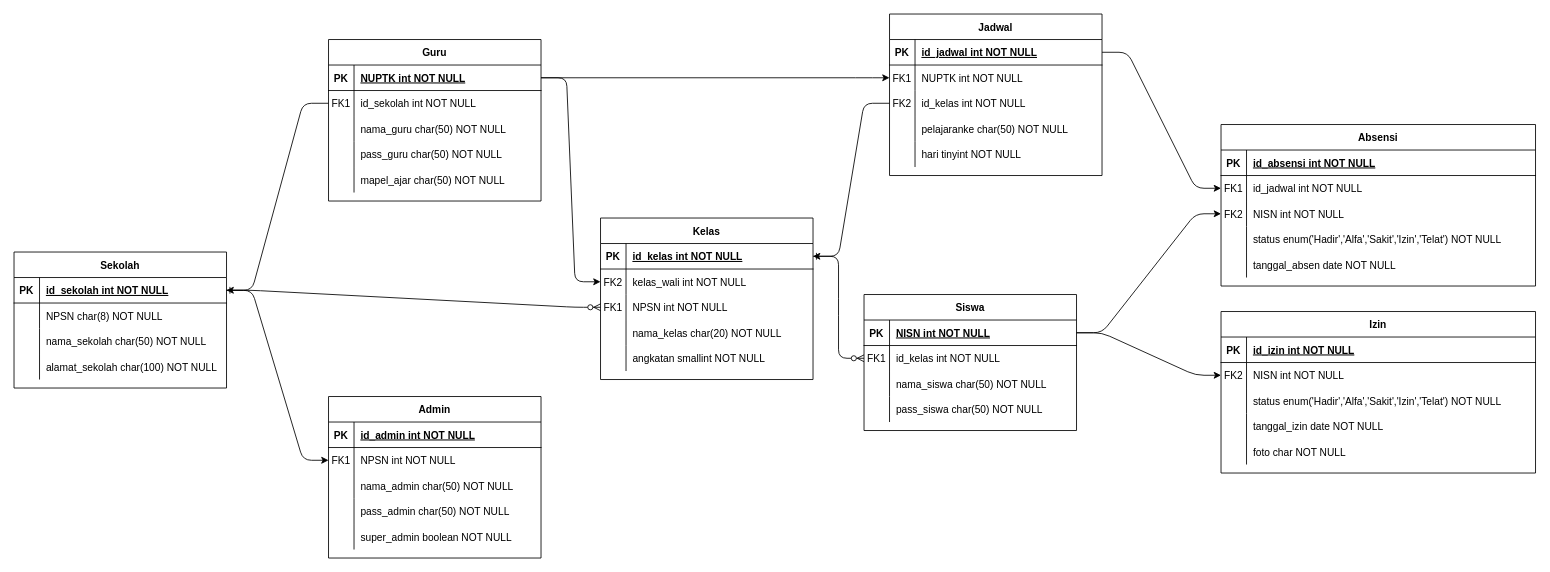
Sacrit38/CPP-Ponggame keeps this draw.io diagram as ERDAbsensi.drawio. Above is the earlier version. Source tidied: cells renumbered, new cells numbered last; positions are measured from the earlier drawing's top-left corner, leaving out a move shared by most shapes. Both pictures are drawn from the tidied source at 85%, with x=0, y=0 at pixel (14, 14).
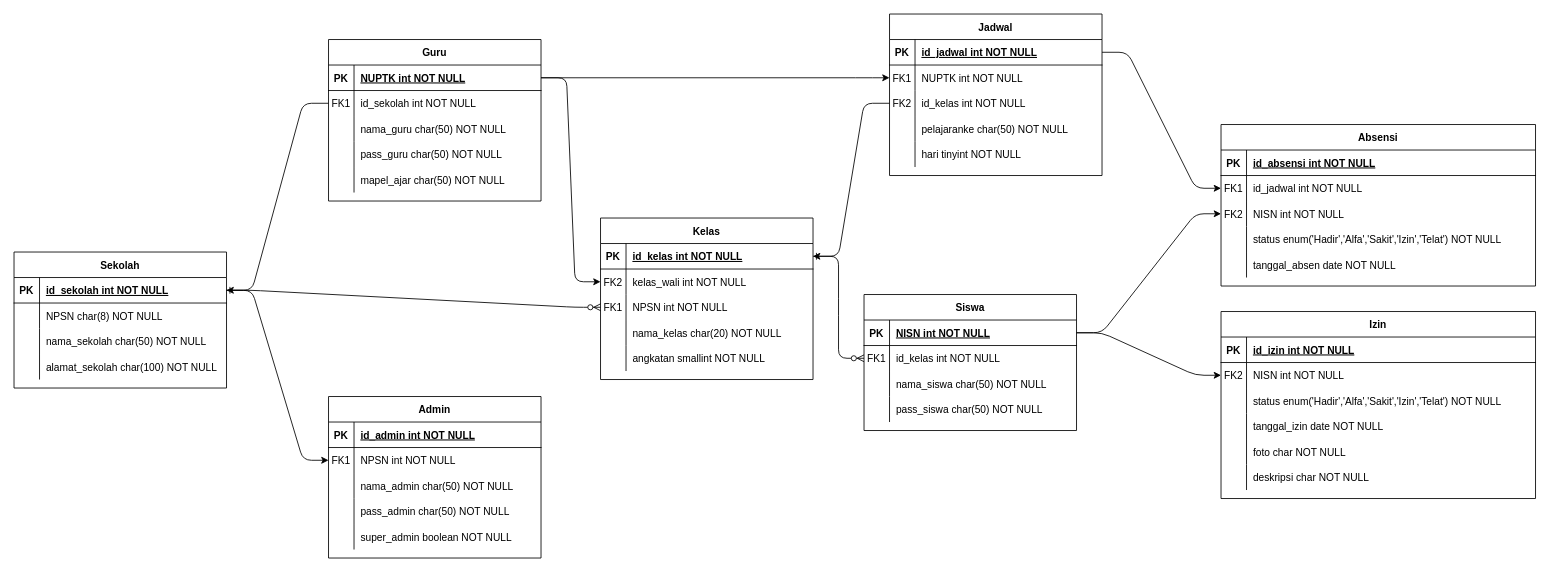
The same page after the edit.

Diff of the diagram source:
```diff
@@
     <mxCell id="117" value="Izin" style="shape=table;startSize=30;childLayout=tableLayout;rowLines=0;fontStyle=1;align=center;" parent="1" vertex="1">
-      <mxGeometry x="1420" y="350" width="370" height="190" as="geometry" />
+      <mxGeometry x="1420" y="350" width="370" height="220" as="geometry" />
     </mxCell>
@@
+    <mxCell id="134" style="shape=partialRectangle;fillColor=none;top=0;left=0;right=0;bottom=0;" parent="117" vertex="1">
+      <mxGeometry y="180" width="370" height="30" as="geometry" />
+    </mxCell>
+    <mxCell id="135" style="shape=partialRectangle;overflow=hidden;fillColor=none;top=0;left=0;bottom=0;right=0;" parent="134" vertex="1">
+      <mxGeometry width="30" height="30" as="geometry" />
+    </mxCell>
+    <mxCell id="136" value="deskripsi char NOT NULL" style="shape=partialRectangle;overflow=hidden;fillColor=none;top=0;left=0;bottom=0;right=0;align=left;spacingLeft=6;" parent="134" vertex="1">
+      <mxGeometry x="30" width="340" height="30" as="geometry" />
+    </mxCell>
```
